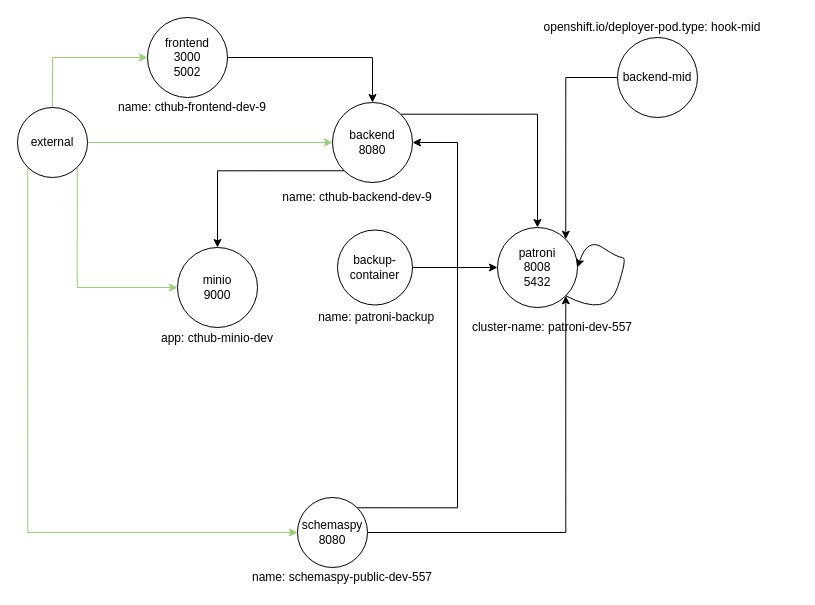
Above: openshift/templates/knp/knp-diagram.drawio in bcgov/cthub (draw.io), before the change. Source tidied: cells renumbered, new cells numbered last; positions are measured from the earlier drawing's top-left corner, leaving out a move shared by most shapes. Both pictures are drawn from the tidied source at 100%, with x=0, y=0 at pixel (17, 17).
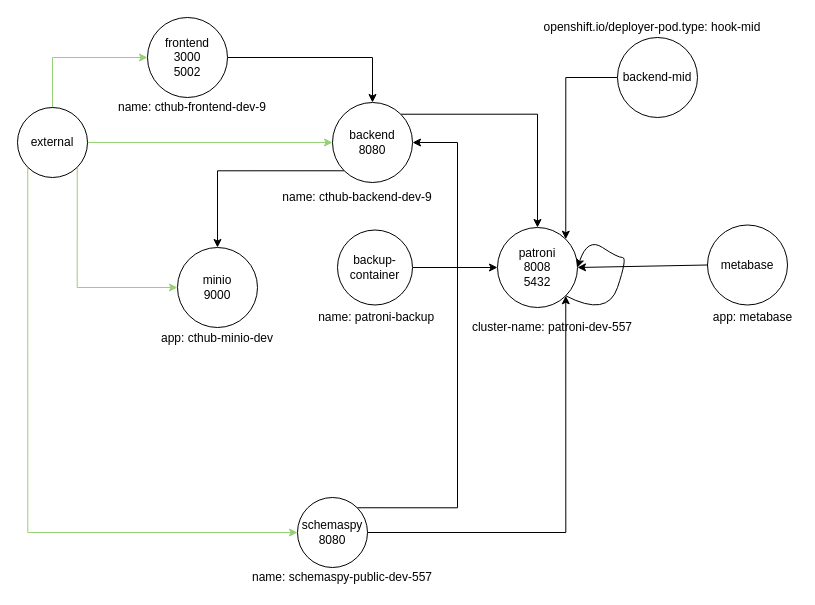
Above is the later version.

The change refers to these unchanged cells:
```xml
<mxCell id="7" value="patroni&lt;br&gt;8008&lt;br&gt;5432" style="ellipse;whiteSpace=wrap;html=1;" parent="1" vertex="1">
  <mxGeometry x="480" y="210" width="80" height="80" as="geometry" />
</mxCell>
```

What changed in the source:
```diff
@@
+    <mxCell id="29" value="metabase" style="ellipse;whiteSpace=wrap;html=1;" parent="1" vertex="1">
+      <mxGeometry x="690" y="207.5" width="80" height="80" as="geometry" />
+    </mxCell>
+    <mxCell id="30" style="endArrow=classic;html=1;rounded=0;exitX=0;exitY=0.5;exitDx=0;exitDy=0;entryX=1;entryY=0.5;entryDx=0;entryDy=0;" parent="1" edge="1" source="29" target="7">
+      <mxGeometry relative="1" as="geometry" />
+    </mxCell>
+    <mxCell id="31" value="app: metabase" style="text;html=1;align=center;verticalAlign=middle;strokeColor=none;fillColor=none;" parent="1" vertex="1">
+      <mxGeometry x="690" y="290" width="90" height="20" as="geometry" />
+    </mxCell>
```
